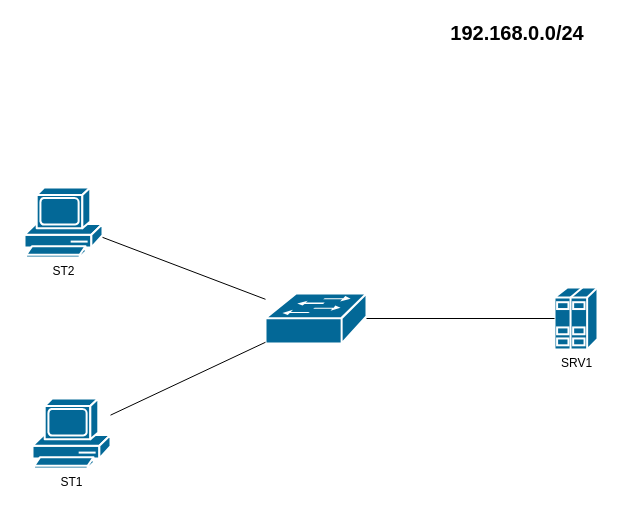
BarthBruvori/epsi-asrc-b2m2-tp1-routage keeps this draw.io diagram as Exercice1/schema.drawio. Above is the earlier version. Source tidied: cells renumbered, new cells numbered last; positions are measured from the earlier drawing's top-left corner, leaving out a move shared by most shapes. Both pictures are drawn from the tidied source at 100%, with x=0, y=0 at pixel (24, 17).
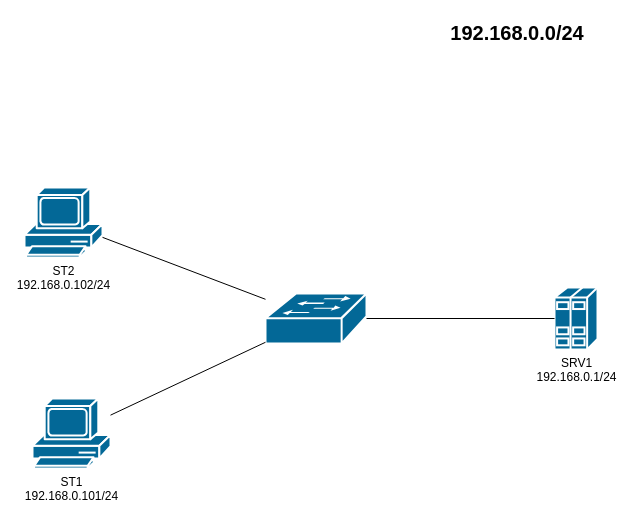
The same page after the edit.

Commit message:
E1 - plan d'adressage

Diff of the diagram source:
```diff
@@
 <mxGraphModel background="#ffffff">
   <root>
     <mxCell id="0" />
     <mxCell id="1" parent="0" />
     <mxCell id="2" style="shape=mxgraph.cisco.switches.workgroup_switch;sketch=0;html=1;dashed=0;fillColor=#036897;strokeColor=#ffffff;strokeWidth=2;verticalLabelPosition=bottom;verticalAlign=top;align=center;outlineConnect=0;" parent="1" vertex="1">
       <mxGeometry x="241" y="276" width="101" height="50" as="geometry" />
     </mxCell>
-    <mxCell id="3" value="&lt;font color=&quot;#000000&quot;&gt;ST1&lt;/font&gt;" style="shape=mxgraph.cisco.computers_and_peripherals.pc;sketch=0;html=1;dashed=0;fillColor=#036897;strokeColor=#ffffff;strokeWidth=2;verticalLabelPosition=bottom;verticalAlign=top;align=center;outlineConnect=0;" parent="1" vertex="1">
+    <mxCell id="3" value="&lt;font color=&quot;#000000&quot;&gt;ST1&lt;br&gt;192.168.0.101/24&lt;br&gt;&lt;/font&gt;" style="shape=mxgraph.cisco.computers_and_peripherals.pc;sketch=0;html=1;dashed=0;fillColor=#036897;strokeColor=#ffffff;strokeWidth=2;verticalLabelPosition=bottom;verticalAlign=top;align=center;outlineConnect=0;" parent="1" vertex="1">
       <mxGeometry x="8" y="381" width="78" height="70" as="geometry" />
     </mxCell>
-    <mxCell id="4" value="&lt;font color=&quot;#000000&quot;&gt;ST2&lt;/font&gt;" style="shape=mxgraph.cisco.computers_and_peripherals.pc;sketch=0;html=1;dashed=0;fillColor=#036897;strokeColor=#ffffff;strokeWidth=2;verticalLabelPosition=bottom;verticalAlign=top;align=center;outlineConnect=0;" parent="1" vertex="1">
+    <mxCell id="4" value="&lt;font color=&quot;#000000&quot;&gt;ST2&lt;br&gt;192.168.0.102/24&lt;br&gt;&lt;/font&gt;" style="shape=mxgraph.cisco.computers_and_peripherals.pc;sketch=0;html=1;dashed=0;fillColor=#036897;strokeColor=#ffffff;strokeWidth=2;verticalLabelPosition=bottom;verticalAlign=top;align=center;outlineConnect=0;" parent="1" vertex="1">
       <mxGeometry y="170" width="78" height="70" as="geometry" />
     </mxCell>
-    <mxCell id="5" value="&lt;font color=&quot;#000000&quot;&gt;SRV1&lt;/font&gt;" style="shape=mxgraph.cisco.servers.standard_host;sketch=0;html=1;dashed=0;fillColor=#036897;strokeColor=#ffffff;strokeWidth=2;verticalLabelPosition=bottom;verticalAlign=top;align=center;outlineConnect=0;" parent="1" vertex="1">
+    <mxCell id="5" value="&lt;font color=&quot;#000000&quot;&gt;SRV1&lt;br&gt;192.168.0.1/24&lt;br&gt;&lt;/font&gt;" style="shape=mxgraph.cisco.servers.standard_host;sketch=0;html=1;dashed=0;fillColor=#036897;strokeColor=#ffffff;strokeWidth=2;verticalLabelPosition=bottom;verticalAlign=top;align=center;outlineConnect=0;" parent="1" vertex="1">
       <mxGeometry x="530" y="270" width="43" height="62" as="geometry" />
     </mxCell>
     <mxCell id="6" style="endArrow=none;html=1;fontColor=#000000;strokeColor=#000000;" parent="1" edge="1" source="4" target="2">
       <mxGeometry relative="1" as="geometry" />
     </mxCell>
     <mxCell id="7" style="endArrow=none;html=1;strokeColor=#000000;fontColor=#000000;" parent="1" edge="1" source="3" target="2">
       <mxGeometry relative="1" as="geometry" />
     </mxCell>
     <mxCell id="8" style="endArrow=none;html=1;strokeColor=#000000;fontColor=#000000;" parent="1" edge="1" source="2" target="5">
       <mxGeometry relative="1" as="geometry" />
     </mxCell>
     <mxCell id="9" value="192.168.0.0/24" style="text;html=1;strokeColor=none;fillColor=none;align=center;verticalAlign=middle;whiteSpace=wrap;rounded=0;fontColor=#000000;fontStyle=1;fontSize=20;" parent="1" vertex="1">
       <mxGeometry x="431" width="124" height="30" as="geometry" />
     </mxCell>
   </root>
 </mxGraphModel>
```
